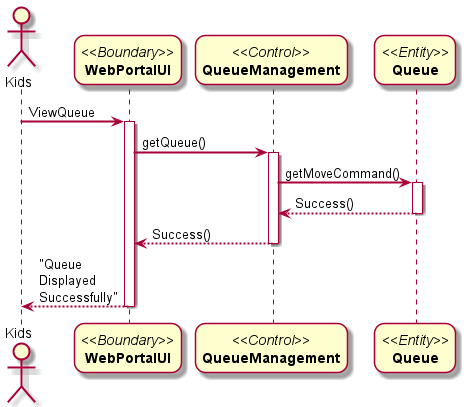
Before: Docs/Sequence Diagrams/Project Sequence-Diagram-UC4.png, a diagram exported from PlantUML (DanielFYJ/2101-2201-Project).
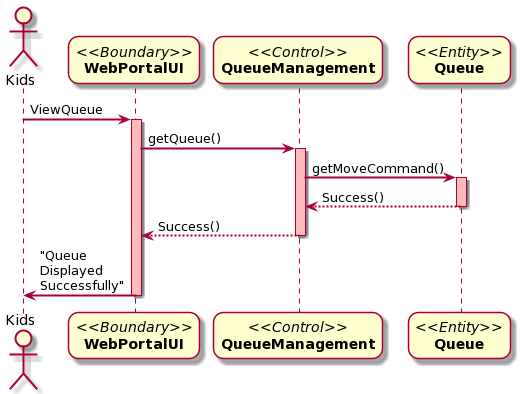
The same diagram one commit later.

Commit message:
Update Sequence Diagram For UC4-6

What changed in the source:
```diff
@@ -9,20 +9,19 @@
 participant "//<<Entity>>//\n**Queue**" as C
 
 Kids-> A: ViewQueue
-activate A
+activate A #FFBBBB
 
 A -> B: getQueue()
-activate B
+activate B #FFBBBB
 
 B -> C: getMoveCommand()
-activate C
+activate C #FFBBBB
 C --> B: Success()
 deactivate C
 
 B --> A: Success()
 deactivate B
 
-A --> Kids: "Queue Displayed Successfully"
+A -> Kids: "Queue Displayed Successfully"
 deactivate A
-
 @enduml
```
